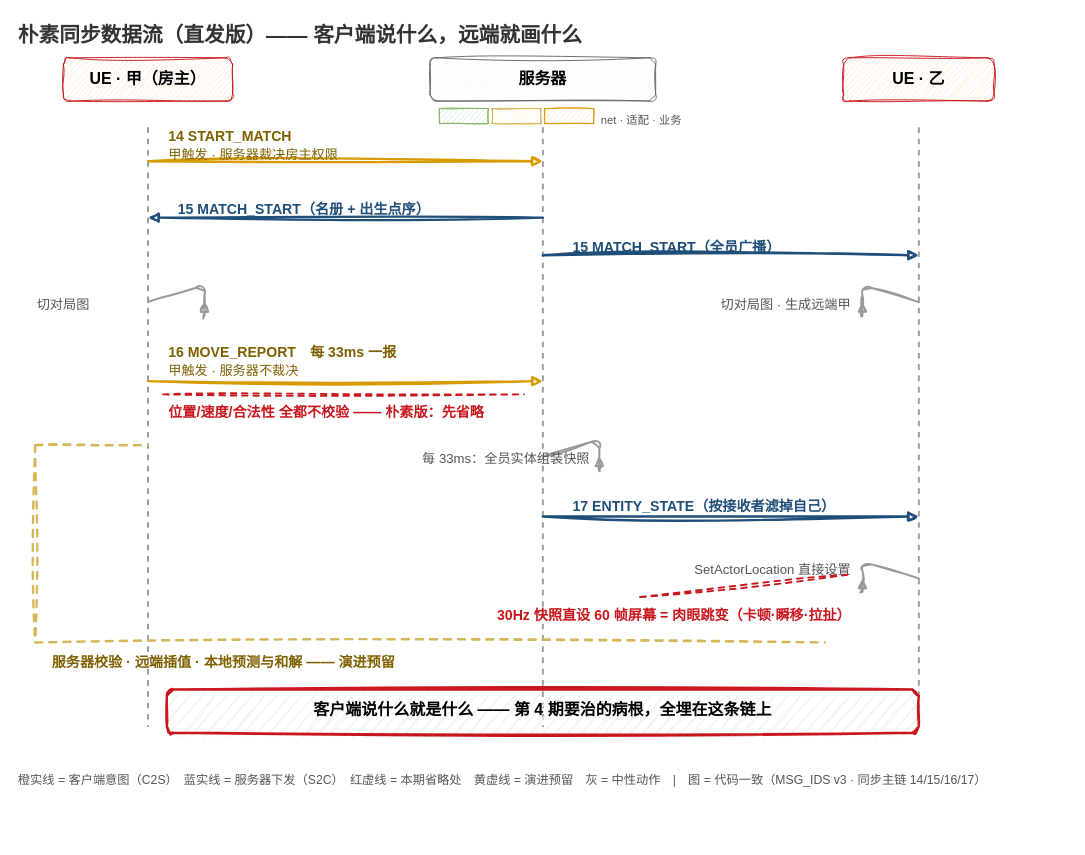
Before: docs/episodes/ep03/match_dataflow.drawio in x-PiXiu/Sightline, a draw.io diagram. Source tidied: cells renumbered, new cells numbered last; positions are measured from the earlier drawing's top-left corner, leaving out a move shared by most shapes. Both pictures are drawn from the tidied source at 94%, with x=0, y=0 at pixel (16, 16).
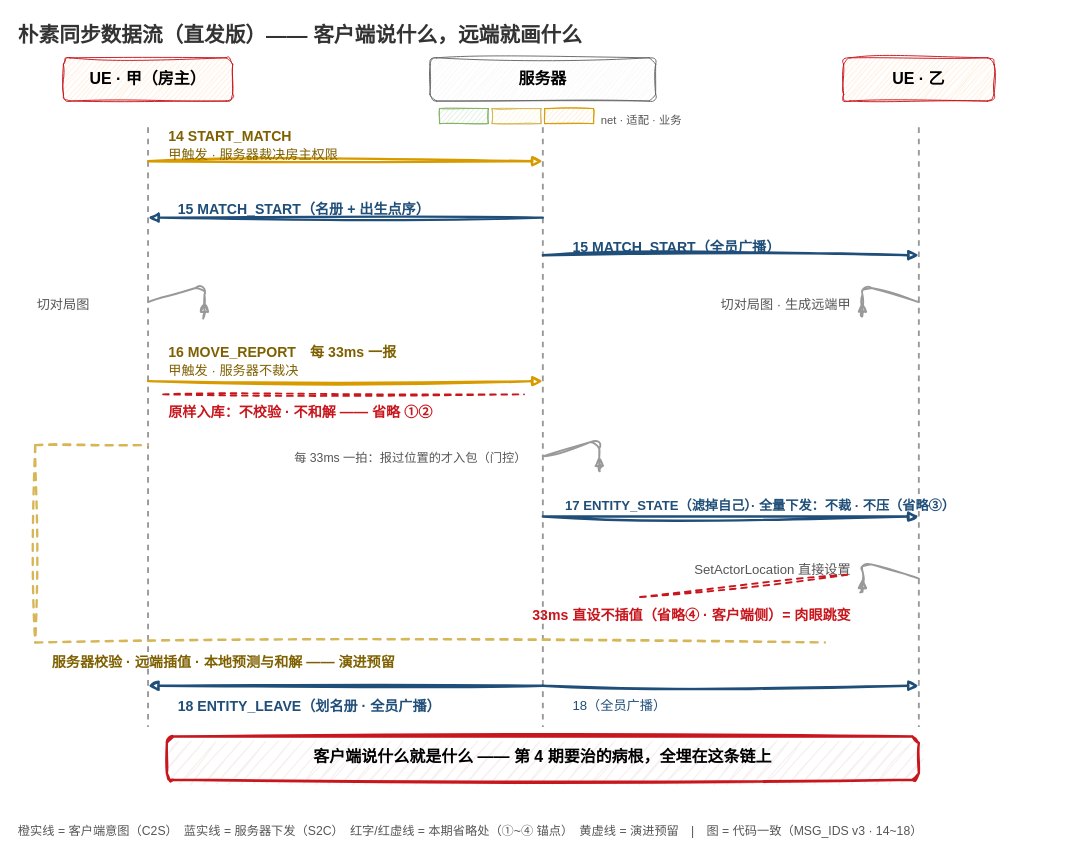
Above is the later version.

Commit message (it also covers changes not shown here):
ep03 图纸五案升级（grill-me 齐批）：泳道图细化（省略①~④锚点注记+18 号双箭头+图例 14~18+tick 门控标签）+新契约上镜图 contract_msgs（五消息字节账本+31 格 hex=struct 实算+只增不改条）+走查产线 d5 换 18 离场态/current 加粗 6——视觉验收两轮全 pass

Change to the diagram source:
```diff
@@
-    <mxCell id="27" value="位置/速度/合法性 全都不校验 —— 朴素版：先省略" style="text;fontSize=15;fontStyle=1;fontColor=#c8161d;align=left;sketch=1;" parent="1" vertex="1">
+    <mxCell id="27" value="原样入库：不校验 · 不和解 —— 省略 ①②" style="text;fontSize=15;fontStyle=1;fontColor=#c8161d;align=left;sketch=1;" parent="1" vertex="1">
       <mxGeometry x="160" y="406" width="520" height="20" as="geometry" />
     </mxCell>
@@
-    <mxCell id="30" value="每 33ms：全员实体组装快照" style="text;fontSize=14;fontColor=#555555;align=left;sketch=1;" parent="1" vertex="1">
-      <mxGeometry x="430" y="456" width="240" height="20" as="geometry" />
+    <mxCell id="30" value="每 33ms 一拍：报过位置的才入包（门控）" style="text;fontSize=13;fontColor=#555555;align=right;sketch=1;" parent="1" vertex="1">
+      <mxGeometry x="260" y="456" width="285" height="20" as="geometry" />
     </mxCell>
@@
-    <mxCell id="32" value="17 ENTITY_STATE（按接收者滤掉自己）" style="text;fontSize=15;fontStyle=1;fontColor=#1f4e79;align=left;sketch=1;" parent="1" vertex="1">
-      <mxGeometry x="590" y="506" width="330" height="20" as="geometry" />
+    <mxCell id="32" value="17 ENTITY_STATE（滤掉自己）· 全量下发：不裁 · 不压（省略③）" style="text;fontSize=14;fontStyle=1;fontColor=#1f4e79;align=left;sketch=1;" parent="1" vertex="1">
+      <mxGeometry x="582" y="506" width="368" height="20" as="geometry" />
     </mxCell>
@@
-    <mxCell id="35" value="30Hz 快照直设 60 帧屏幕 = 肉眼跳变（卡顿·瞬移·拉扯）" style="text;fontSize=15;fontStyle=1;fontColor=#c8161d;align=right;sketch=1;" parent="1" vertex="1">
+    <mxCell id="35" value="33ms 直设不插值（省略④ · 客户端侧）= 肉眼跳变" style="text;fontSize=15;fontStyle=1;fontColor=#c8161d;align=right;sketch=1;" parent="1" vertex="1">
       <mxGeometry x="430" y="622" width="460" height="20" as="geometry" />
     </mxCell>
@@
+    <mxCell id="43" style="endArrow=block;html=1;strokeColor=#1f4e79;strokeWidth=2.5;sketch=1;curveFitting=1;jiggle=2;exitX=0;exitY=0.5;entryX=1;entryY=0.5;" parent="1" edge="1">
+      <mxGeometry relative="1" as="geometry">
+        <mxPoint x="560" y="712" as="sourcePoint" />
+        <mxPoint x="140" y="712" as="targetPoint" />
+      </mxGeometry>
+    </mxCell>
+    <mxCell id="44" value="18 ENTITY_LEAVE（划名册 · 全员广播）" style="text;fontSize=15;fontStyle=1;fontColor=#1f4e79;align=left;sketch=1;" parent="1" vertex="1">
+      <mxGeometry x="170" y="718" width="340" height="20" as="geometry" />
+    </mxCell>
+    <mxCell id="45" style="endArrow=block;html=1;strokeColor=#1f4e79;strokeWidth=2.5;sketch=1;curveFitting=1;jiggle=2;exitX=1;exitY=0.5;entryX=0;entryY=0.5;" parent="1" edge="1">
+      <mxGeometry relative="1" as="geometry">
+        <mxPoint x="560" y="712" as="sourcePoint" />
+        <mxPoint x="960" y="712" as="targetPoint" />
+      </mxGeometry>
+    </mxCell>
+    <mxCell id="46" value="18（全员广播）" style="text;fontSize=14;fontColor=#1f4e79;align=left;sketch=1;" parent="1" vertex="1">
+      <mxGeometry x="590" y="718" width="220" height="20" as="geometry" />
+    </mxCell>
     <mxCell id="41" value="客户端说什么就是什么 —— 第 4 期要治的病根，全埋在这条链上" style="rounded=1;whiteSpace=wrap;fillColor=#f8f0f0;strokeColor=#c8161d;strokeWidth=2.5;fontSize=17;fontStyle=1;sketch=1;curveFitting=1;jiggle=2;" parent="1" vertex="1">
-      <mxGeometry x="160" y="716" width="800" height="46" as="geometry" />
+      <mxGeometry x="160" y="766" width="800" height="46" as="geometry" />
     </mxCell>
-    <mxCell id="42" value="橙实线 = 客户端意图（C2S）　蓝实线 = 服务器下发（S2C）　红虚线 = 本期省略处　黄虚线 = 演进预留　灰 = 中性动作　|　图 = 代码一致（MSG_IDS v3 · 同步主链 14/15/16/17）" style="text;fontSize=13;fontColor=#555555;align=left;sketch=1;" parent="1" vertex="1">
-      <mxGeometry y="798" width="1120" height="24" as="geometry" />
+    <mxCell id="42" value="橙实线 = 客户端意图（C2S）　蓝实线 = 服务器下发（S2C）　红字/红虚线 = 本期省略处（①~④ 锚点）　黄虚线 = 演进预留　|　图 = 代码一致（MSG_IDS v3 · 14~18）" style="text;fontSize=13;fontColor=#555555;align=left;sketch=1;" parent="1" vertex="1">
+      <mxGeometry y="852" width="1120" height="24" as="geometry" />
     </mxCell>
```
